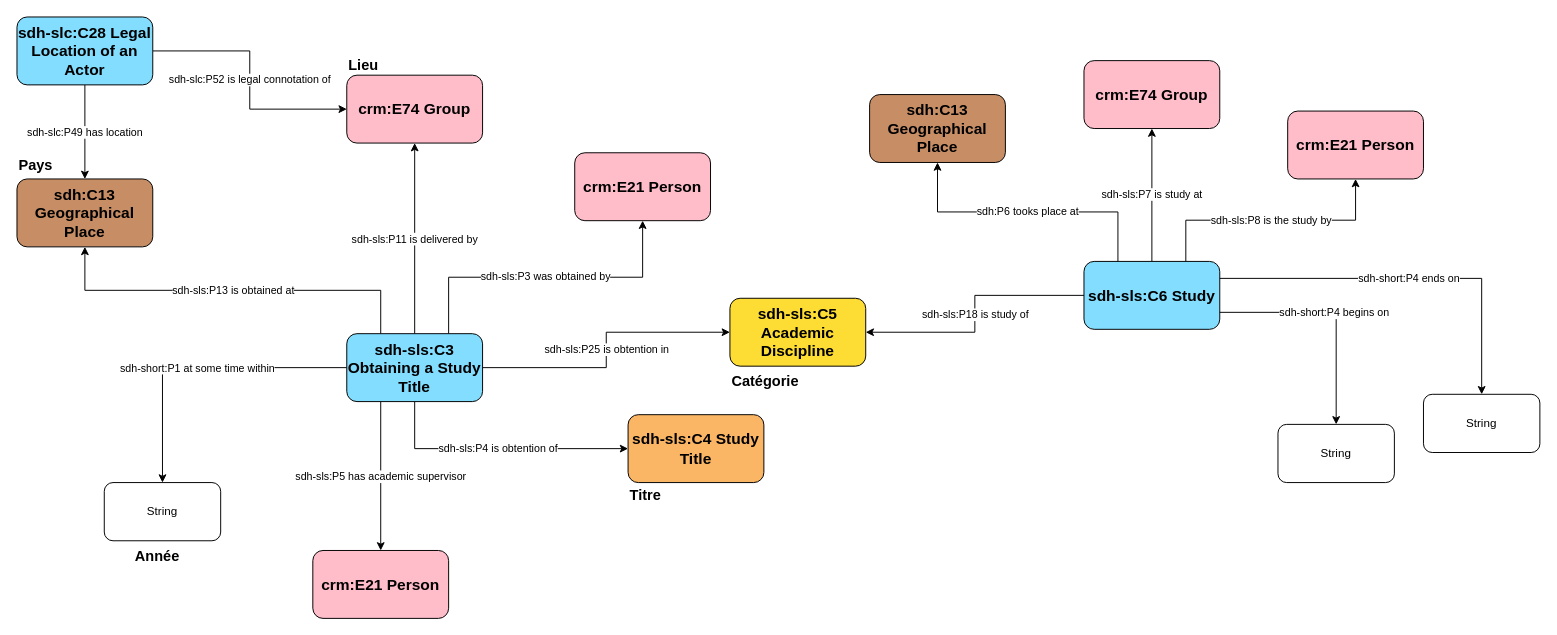
lod4hss-projects/elites_suisses_data keeps this draw.io diagram as ontology/diagrams/education.drawio. Above is the earlier version. Source tidied: cells renumbered, new cells numbered last; positions are measured from the earlier drawing's top-left corner, leaving out a move shared by most shapes. Both pictures are drawn from the tidied source at 97%, with x=0, y=0 at pixel (16, 16).
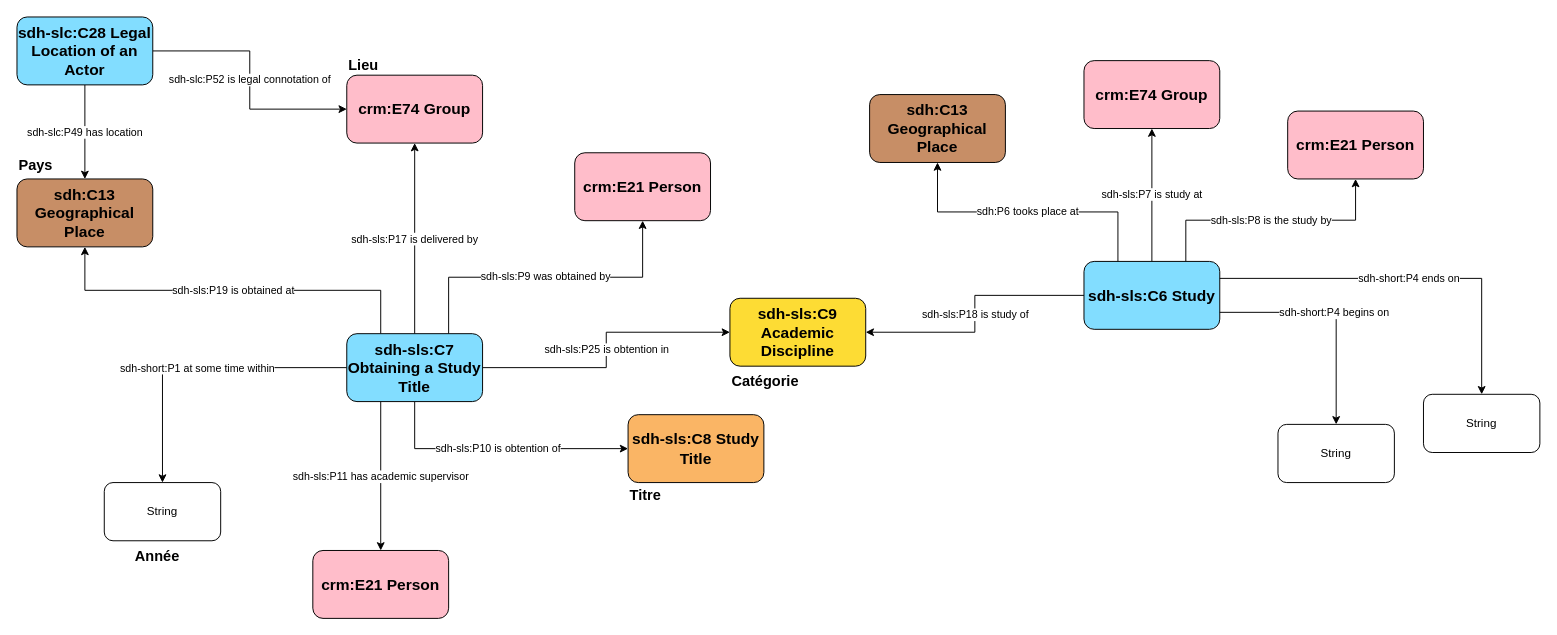
Above is the later version.

Commit message (it also covers changes not shown here):
Correction of education diagram

The change refers to these unchanged cells:
```xml
<mxCell id="7" value="crm:E21 Person" style="rounded=1;whiteSpace=wrap;html=1;fillColor=#ffbdca;fontSize=16;fontStyle=1;" parent="1" vertex="1">
  <mxGeometry x="575" y="140" width="140" height="70" as="geometry" />
</mxCell>
<mxCell id="9" value="crm:E74 Group" style="rounded=1;whiteSpace=wrap;html=1;fillColor=#ffbdca;fontSize=16;fontStyle=1;" parent="1" vertex="1">
  <mxGeometry x="340" y="60" width="140" height="70" as="geometry" />
</mxCell>
<mxCell id="19" value="sdh:C13 Geographical Place" style="rounded=1;whiteSpace=wrap;html=1;fillColor=#c78e66;fontSize=16;fontStyle=1;" parent="1" vertex="1">
  <mxGeometry y="167" width="140" height="70" as="geometry" />
</mxCell>
<mxCell id="23" value="crm:E21 Person" style="rounded=1;whiteSpace=wrap;html=1;fillColor=#ffbdca;fontSize=16;fontStyle=1;" parent="1" vertex="1">
  <mxGeometry x="305" y="550" width="140" height="70" as="geometry" />
</mxCell>
```

What changed in the source:
```diff
@@
-    <mxCell id="8" value="sdh-sls:C5 Academic Discipline" style="rounded=1;whiteSpace=wrap;html=1;fillColor=#fddc34;fontSize=16;fontStyle=1;" parent="1" vertex="1">
+    <mxCell id="8" value="sdh-sls:C9 Academic Discipline" style="rounded=1;whiteSpace=wrap;html=1;fillColor=#fddc34;fontSize=16;fontStyle=1;" parent="1" vertex="1">
       <mxGeometry x="735" y="290" width="140" height="70" as="geometry" />
     </mxCell>
@@
-    <mxCell id="10" value="sdh-sls:P3 was obtained by" style="edgeStyle=orthogonalEdgeStyle;rounded=0;jettySize=auto;html=1;exitX=0.75;exitY=0;exitDx=0;exitDy=0;" parent="1" edge="1" source="17" target="7">
+    <mxCell id="10" value="sdh-sls:P9 was obtained by" style="edgeStyle=orthogonalEdgeStyle;rounded=0;jettySize=auto;html=1;exitX=0.75;exitY=0;exitDx=0;exitDy=0;" parent="1" edge="1" source="17" target="7">
       <mxGeometry relative="1" as="geometry" />
     </mxCell>
-    <mxCell id="11" value="sdh-sls:P4 is obtention of" style="edgeStyle=orthogonalEdgeStyle;rounded=0;jettySize=auto;html=1;exitX=0.5;exitY=1;exitDx=0;exitDy=0;entryX=0;entryY=0.5;entryDx=0;entryDy=0;" parent="1" edge="1" source="17" target="18">
+    <mxCell id="11" value="sdh-sls:P10 is obtention of" style="edgeStyle=orthogonalEdgeStyle;rounded=0;jettySize=auto;html=1;exitX=0.5;exitY=1;exitDx=0;exitDy=0;entryX=0;entryY=0.5;entryDx=0;entryDy=0;" parent="1" edge="1" source="17" target="18">
       <mxGeometry relative="1" as="geometry" />
     </mxCell>
-    <mxCell id="12" value="sdh-sls:P11 is delivered by" style="edgeStyle=orthogonalEdgeStyle;rounded=0;jettySize=auto;html=1;entryX=0.5;entryY=1;entryDx=0;entryDy=0;" parent="1" edge="1" source="17" target="9">
+    <mxCell id="12" value="sdh-sls:P17 is delivered by" style="edgeStyle=orthogonalEdgeStyle;rounded=0;jettySize=auto;html=1;entryX=0.5;entryY=1;entryDx=0;entryDy=0;" parent="1" edge="1" source="17" target="9">
       <mxGeometry relative="1" as="geometry" />
     </mxCell>
@@
-    <mxCell id="14" value="sdh-sls:P13 is obtained at" style="edgeStyle=orthogonalEdgeStyle;rounded=0;jettySize=auto;html=1;exitX=0.25;exitY=0;exitDx=0;exitDy=0;entryX=0.5;entryY=1;entryDx=0;entryDy=0;" parent="1" edge="1" source="17" target="19">
+    <mxCell id="14" value="sdh-sls:P19 is obtained at" style="edgeStyle=orthogonalEdgeStyle;rounded=0;jettySize=auto;html=1;exitX=0.25;exitY=0;exitDx=0;exitDy=0;entryX=0.5;entryY=1;entryDx=0;entryDy=0;" parent="1" edge="1" source="17" target="19">
       <mxGeometry relative="1" as="geometry" />
     </mxCell>
-    <mxCell id="15" value="sdh-sls:P5 has academic supervisor" style="edgeStyle=orthogonalEdgeStyle;rounded=0;jettySize=auto;html=1;exitX=0.25;exitY=1;exitDx=0;exitDy=0;" parent="1" edge="1" source="17" target="23">
+    <mxCell id="15" value="sdh-sls:P11 has academic supervisor" style="edgeStyle=orthogonalEdgeStyle;rounded=0;jettySize=auto;html=1;exitX=0.25;exitY=1;exitDx=0;exitDy=0;" parent="1" edge="1" source="17" target="23">
       <mxGeometry relative="1" as="geometry" />
     </mxCell>
@@
-    <mxCell id="17" value="sdh-sls:C3 Obtaining a Study Title" style="rounded=1;whiteSpace=wrap;html=1;fillColor=#82ddff;fontSize=16;fontStyle=1;" parent="1" vertex="1">
+    <mxCell id="17" value="sdh-sls:C7 Obtaining a Study Title" style="rounded=1;whiteSpace=wrap;html=1;fillColor=#82ddff;fontSize=16;fontStyle=1;" parent="1" vertex="1">
       <mxGeometry x="340" y="326.5" width="140" height="70" as="geometry" />
     </mxCell>
-    <mxCell id="18" value="sdh-sls:C4 Study Title" style="rounded=1;whiteSpace=wrap;html=1;fillColor=#fab565;fontSize=16;fontStyle=1;" parent="1" vertex="1">
+    <mxCell id="18" value="sdh-sls:C8 Study Title" style="rounded=1;whiteSpace=wrap;html=1;fillColor=#fab565;fontSize=16;fontStyle=1;" parent="1" vertex="1">
       <mxGeometry x="630" y="410" width="140" height="70" as="geometry" />
     </mxCell>
```
